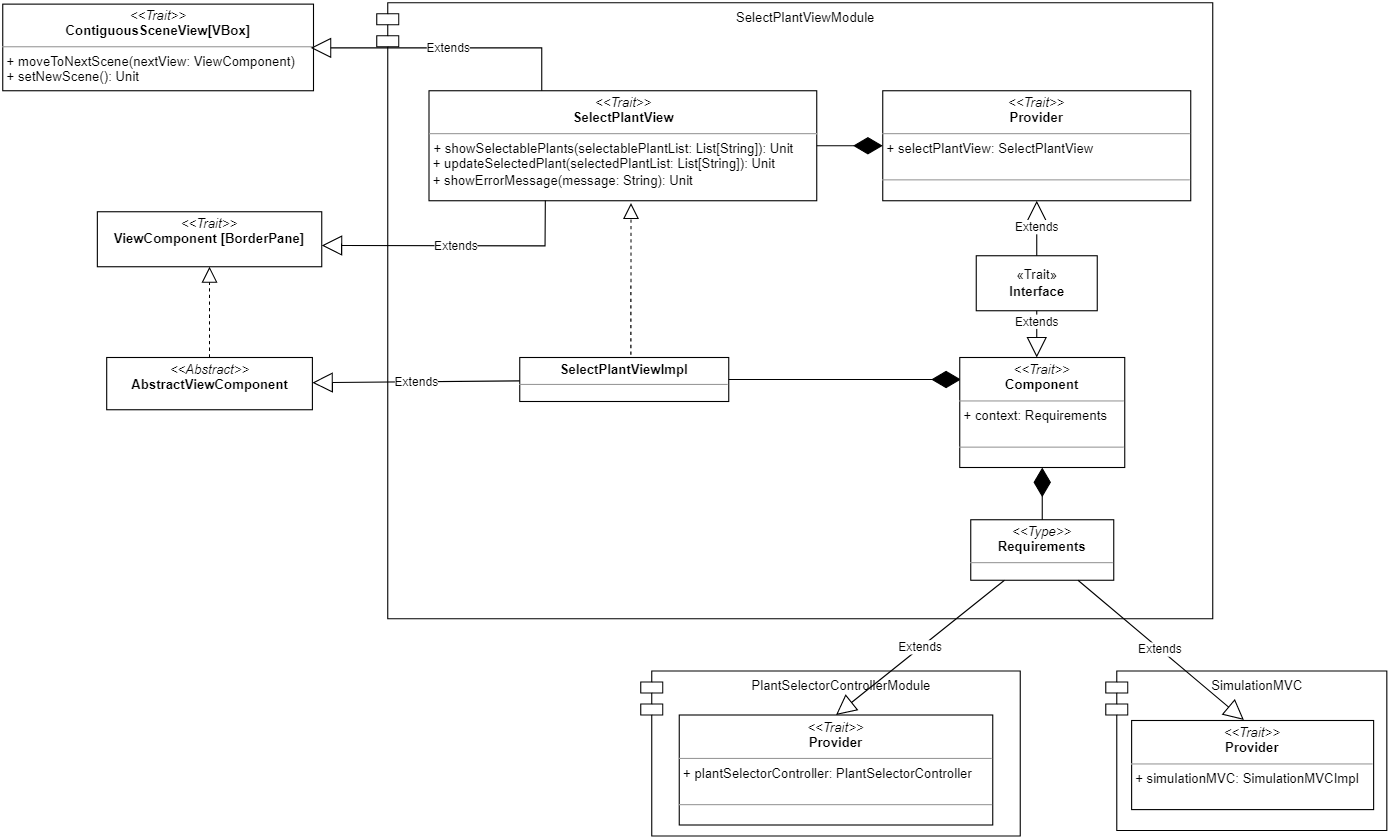
This is docs/img/select_plant_view.png from AnnaVitali/PPS-22-smartgh, a draw.io export, as it was before one commit. Source tidied: cells renumbered, new cells last; positions are measured from the earlier drawing's top-left corner, leaving out a move shared by most shapes.
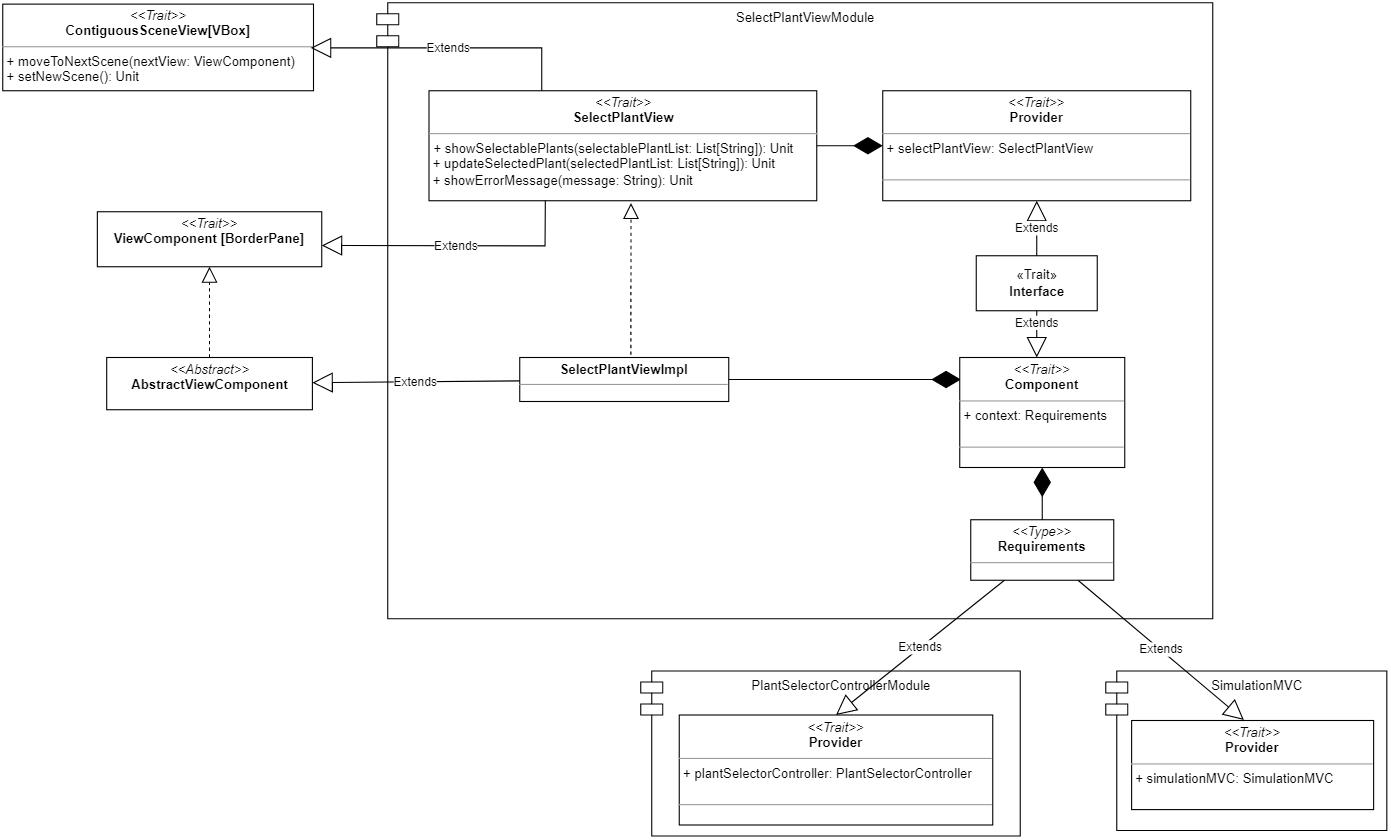
Later version of the same file.

Diff of the diagram source:
```diff
@@ -82,7 +82,7 @@
     <mxCell id="22" value="SimulationMVC" style="shape=module;align=left;spacingLeft=20;align=center;verticalAlign=top;fillColor=none;" parent="1" vertex="1">
       <mxGeometry x="1002.8" y="607.5" width="255.5" height="145" as="geometry" />
     </mxCell>
-    <mxCell id="23" value="&lt;p style=&quot;margin:0px;margin-top:4px;text-align:center;&quot;&gt;&lt;i&gt;&amp;lt;&amp;lt;Trait&amp;gt;&amp;gt;&lt;/i&gt;&lt;br&gt;&lt;b&gt;Provider&lt;/b&gt;&lt;br&gt;&lt;/p&gt;&lt;hr size=&quot;1&quot;&gt;&lt;p style=&quot;margin:0px;margin-left:4px;&quot;&gt;+ simulationMVC: SimulationMVCImpl&lt;br&gt;&lt;/p&gt;" style="verticalAlign=top;align=left;overflow=fill;fontSize=12;fontFamily=Helvetica;html=1;fillColor=default;" parent="1" vertex="1">
+    <mxCell id="23" value="&lt;p style=&quot;margin:0px;margin-top:4px;text-align:center;&quot;&gt;&lt;i&gt;&amp;lt;&amp;lt;Trait&amp;gt;&amp;gt;&lt;/i&gt;&lt;br&gt;&lt;b&gt;Provider&lt;/b&gt;&lt;br&gt;&lt;/p&gt;&lt;hr size=&quot;1&quot;&gt;&lt;p style=&quot;margin:0px;margin-left:4px;&quot;&gt;+ simulationMVC: SimulationMVC&lt;br&gt;&lt;/p&gt;" style="verticalAlign=top;align=left;overflow=fill;fontSize=12;fontFamily=Helvetica;html=1;fillColor=default;" parent="1" vertex="1">
       <mxGeometry x="1026.2" y="652.5" width="220" height="81" as="geometry" />
     </mxCell>
     <mxCell id="24" value="Extends" style="endArrow=block;endSize=16;endFill=0;html=1;rounded=0;exitX=0.75;exitY=1;exitDx=0;exitDy=0;entryX=0.464;entryY=-0.006;entryDx=0;entryDy=0;entryPerimeter=0;" parent="1" edge="1" source="12" target="23">
```
